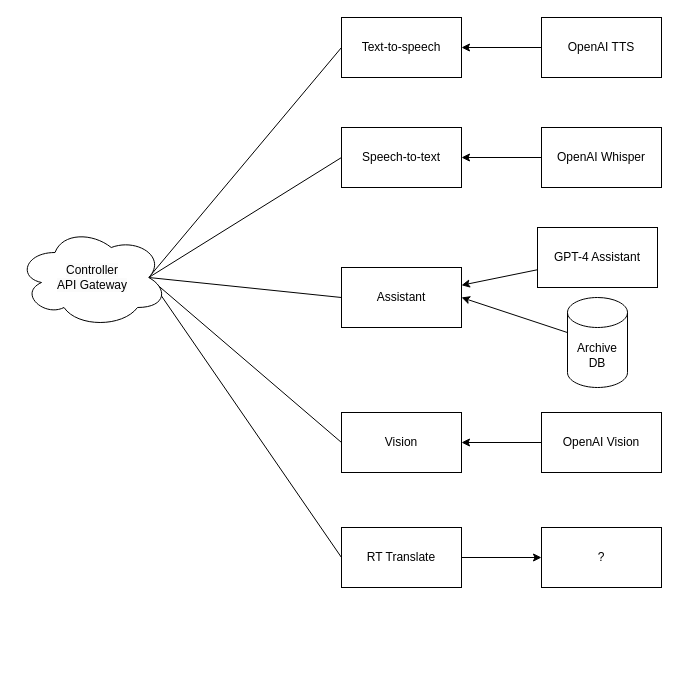
Thorwig/C.H.I.P keeps this draw.io diagram as page "Microservices" (2 of 2) of Architecture.drawio. Above is the earlier version. Source tidied: cells renumbered, new cells numbered last; positions are measured from the earlier drawing's top-left corner, leaving out a move shared by most shapes. Both pictures are drawn from the tidied source at 100%, with x=0, y=0 at pixel (17, 17).
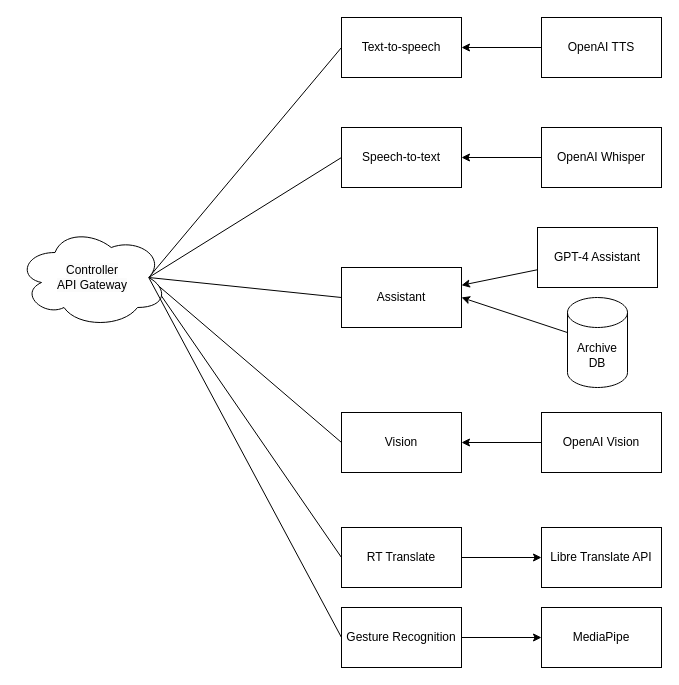
The same page after the edit.

Commit message (it also covers changes not shown here):
Added Gesture Recognition Microservice.drawio

The change refers to these unchanged cells:
```xml
<mxCell id="21" value="&lt;span style=&quot;color: rgb(0, 0, 0); font-family: Helvetica; font-size: 12px; font-style: normal; font-variant-ligatures: normal; font-variant-caps: normal; font-weight: 400; letter-spacing: normal; orphans: 2; text-align: center; text-indent: 0px; text-transform: none; widows: 2; word-spacing: 0px; -webkit-text-stroke-width: 0px; background-color: rgb(251, 251, 251); text-decoration-thickness: initial; text-decoration-style: initial; text-decoration-color: initial; float: none; display: inline !important;&quot;&gt;Controller&lt;/span&gt;&lt;br style=&quot;border-color: var(--border-color); color: rgb(0, 0, 0); font-family: Helvetica; font-size: 12px; font-style: normal; font-variant-ligatures: normal; font-variant-caps: normal; font-weight: 400; letter-spacing: normal; orphans: 2; text-align: center; text-indent: 0px; text-transform: none; widows: 2; word-spacing: 0px; -webkit-text-stroke-width: 0px; background-color: rgb(251, 251, 251); text-decoration-thickness: initial; text-decoration-style: initial; text-decoration-color: initial;&quot;&gt;&lt;span style=&quot;color: rgb(0, 0, 0); font-family: Helvetica; font-size: 12px; font-style: normal; font-variant-ligatures: normal; font-variant-caps: normal; font-weight: 400; letter-spacing: normal; orphans: 2; text-align: center; text-indent: 0px; text-transform: none; widows: 2; word-spacing: 0px; -webkit-text-stroke-width: 0px; background-color: rgb(251, 251, 251); text-decoration-thickness: initial; text-decoration-style: initial; text-decoration-color: initial; float: none; display: inline !important;&quot;&gt;API Gateway&lt;/span&gt;" style="ellipse;shape=cloud;whiteSpace=wrap;html=1;" parent="1" vertex="1">
  <mxGeometry y="210" width="150" height="100" as="geometry" />
</mxCell>
```

What changed in the source:
```diff
@@
-    <mxCell id="24" value="?" style="whiteSpace=wrap;html=1;rounded=0;" parent="1" vertex="1">
+    <mxCell id="24" value="Libre Translate API" style="whiteSpace=wrap;html=1;rounded=0;" parent="1" vertex="1">
       <mxGeometry x="524" y="510" width="120" height="60" as="geometry" />
     </mxCell>
+    <mxCell id="25" style="edgeStyle=orthogonalEdgeStyle;rounded=0;jettySize=auto;html=1;" parent="1" edge="1" source="26" target="28">
+      <mxGeometry relative="1" as="geometry" />
+    </mxCell>
+    <mxCell id="26" value="Gesture Recognition" style="whiteSpace=wrap;html=1;rounded=0;" parent="1" vertex="1">
+      <mxGeometry x="324" y="590" width="120" height="60" as="geometry" />
+    </mxCell>
+    <mxCell id="27" style="rounded=0;jettySize=auto;html=1;exitX=0.875;exitY=0.5;exitDx=0;exitDy=0;exitPerimeter=0;endArrow=none;endFill=0;entryX=0;entryY=0.5;entryDx=0;entryDy=0;" parent="1" edge="1" source="21" target="26">
+      <mxGeometry relative="1" as="geometry" />
+    </mxCell>
+    <mxCell id="28" value="MediaPipe" style="whiteSpace=wrap;html=1;rounded=0;" parent="1" vertex="1">
+      <mxGeometry x="524" y="590" width="120" height="60" as="geometry" />
+    </mxCell>
```
